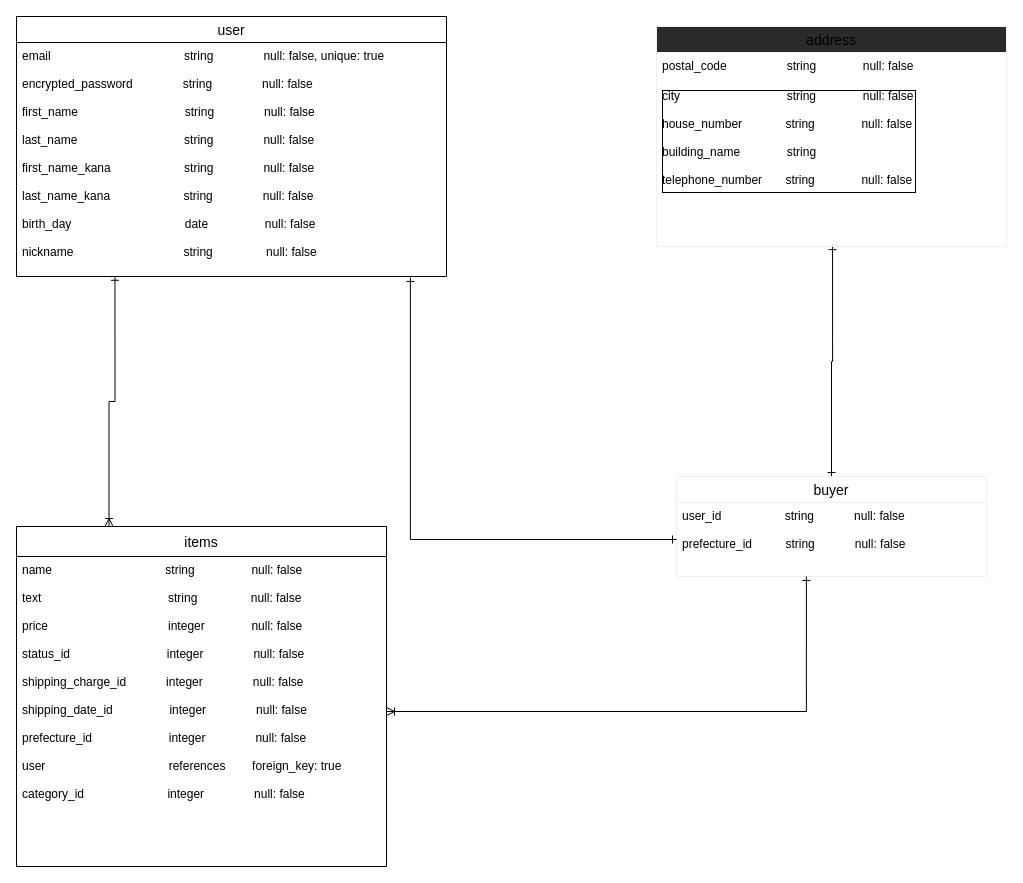
This is test.dio from ryoji369/furima-35270, a draw.io file, before an edit. Source tidied: cells renumbered, new cells numbered last; positions are measured from the earlier drawing's top-left corner, leaving out a move shared by most shapes. Both pictures are drawn from the tidied source at 100%, with x=0, y=0 at pixel (16, 16).
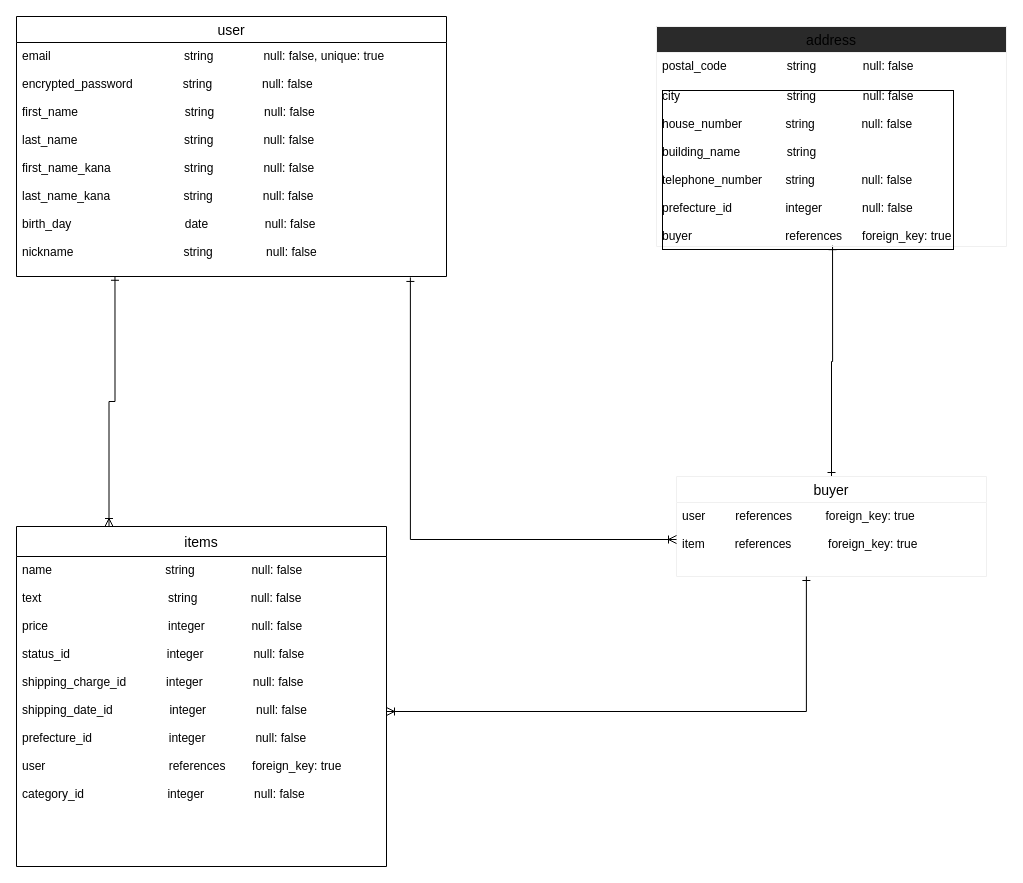
After the change.

Commit message (it also covers changes not shown here):
データベース修正3

Diff of the diagram source:
```diff
@@
 <mxGraphModel>
   <root>
     <mxCell id="0" />
     <mxCell id="1" parent="0" />
     <mxCell id="2" value="user" style="swimlane;fontStyle=0;horizontal=1;startSize=26;align=center;fontSize=14;" parent="1" vertex="1">
       <mxGeometry width="430" height="260" as="geometry" />
     </mxCell>
     <mxCell id="3" value="email                                        string               null: false, unique: true&#10;&#10;encrypted_password               string               null: false &#10;&#10;first_name                                string               null: false&#10;&#10;last_name                                string               null: false&#10;&#10;first_name_kana                      string               null: false&#10;&#10;last_name_kana                      string               null: false        &#10;&#10;birth_day                                  date                 null: false&#10;&#10;nickname                                 string                null: false&#10;" style="text;strokeColor=none;fillColor=none;spacingLeft=4;spacingRight=4;overflow=hidden;points=[[0,0.5],[1,0.5]];portConstraint=eastwest;fontSize=12;" parent="2" vertex="1">
       <mxGeometry y="26" width="430" height="234" as="geometry" />
     </mxCell>
     <mxCell id="4" style="edgeStyle=orthogonalEdgeStyle;rounded=0;jettySize=auto;html=1;exitX=0.25;exitY=0;exitDx=0;exitDy=0;entryX=0.229;entryY=0.999;entryDx=0;entryDy=0;entryPerimeter=0;startArrow=ERoneToMany;startFill=0;endArrow=ERone;endFill=0;" parent="1" edge="1" source="5" target="3">
       <mxGeometry relative="1" as="geometry" />
     </mxCell>
     <mxCell id="5" value="items" style="swimlane;fontStyle=0;horizontal=1;startSize=30;align=center;fontSize=14;" parent="1" vertex="1">
       <mxGeometry y="510" width="370" height="340" as="geometry" />
     </mxCell>
     <mxCell id="6" value="name                                  string                 null: false&#10;&#10;text                                      string                null: false &#10;&#10;price                                    integer              null: false&#10;&#10;status_id                             integer               null: false&#10;&#10;shipping_charge_id            integer               null: false&#10;&#10;shipping_date_id                 integer               null: false&#10;&#10;prefecture_id                       integer               null: false &#10;&#10;user                                     references        foreign_key: true&#10;&#10;category_id                         integer               null: false&#10;" style="text;strokeColor=none;fillColor=none;spacingLeft=4;spacingRight=4;overflow=hidden;points=[[0,0.5],[1,0.5]];portConstraint=eastwest;fontSize=12;" parent="5" vertex="1">
       <mxGeometry y="30" width="370" height="310" as="geometry" />
     </mxCell>
     <mxCell id="7" style="edgeStyle=orthogonalEdgeStyle;rounded=0;jettySize=auto;html=1;exitX=0.5;exitY=0;exitDx=0;exitDy=0;entryX=0.503;entryY=0.995;entryDx=0;entryDy=0;entryPerimeter=0;startArrow=ERone;startFill=0;endArrow=ERone;endFill=0;" parent="1" edge="1" source="8" target="12">
       <mxGeometry relative="1" as="geometry" />
     </mxCell>
     <mxCell id="8" value="buyer" style="swimlane;fontStyle=0;horizontal=1;startSize=26;align=center;fontSize=14;labelBackgroundColor=none;strokeColor=#f0f0f0;" parent="1" vertex="1">
       <mxGeometry x="660" y="460" width="310" height="100" as="geometry" />
     </mxCell>
-    <mxCell id="9" value="user_id                   string            null: false&#10;&#10;prefecture_id          string            null: false" style="text;strokeColor=none;fillColor=none;spacingLeft=4;spacingRight=4;overflow=hidden;points=[[0,0.5],[1,0.5]];portConstraint=eastwest;fontSize=12;" parent="8" vertex="1">
+    <mxCell id="9" value="user         references          foreign_key: true&#10;&#10;item         references           foreign_key: true" style="text;strokeColor=none;fillColor=none;spacingLeft=4;spacingRight=4;overflow=hidden;points=[[0,0.5],[1,0.5]];portConstraint=eastwest;fontSize=12;" parent="8" vertex="1">
       <mxGeometry y="26" width="310" height="74" as="geometry" />
     </mxCell>
     <mxCell id="10" value="address" style="swimlane;fontStyle=0;horizontal=1;startSize=26;align=center;fontSize=14;labelBackgroundColor=none;strokeColor=#f0f0f0;fillColor=#2a2a2a;" parent="1" vertex="1">
       <mxGeometry x="640" y="10" width="350" height="220" as="geometry" />
     </mxCell>
     <mxCell id="11" value="postal_code                  string              null: false" style="text;strokeColor=none;fillColor=none;spacingLeft=4;spacingRight=4;overflow=hidden;fontSize=12;" parent="10" vertex="1">
       <mxGeometry y="26" width="350" height="30" as="geometry" />
     </mxCell>
-    <mxCell id="12" value="city                                string              null: false&#10;&#10;house_number             string              null: false&#10;&#10;building_name              string              &#10;&#10;telephone_number       string              null: false" style="text;strokeColor=none;fillColor=none;spacingLeft=4;spacingRight=4;overflow=hidden;points=[[0,0.5],[1,0.5]];portConstraint=eastwest;fontSize=12;labelBorderColor=#000000;" parent="10" vertex="1">
+    <mxCell id="12" value="city                                string              null: false&#10;&#10;house_number             string              null: false&#10;&#10;building_name              string              &#10;&#10;telephone_number       string              null: false&#10;&#10;prefecture_id                integer            null: false&#10;&#10;buyer                            references      foreign_key: true" style="text;strokeColor=none;fillColor=none;spacingLeft=4;spacingRight=4;overflow=hidden;points=[[0,0.5],[1,0.5]];portConstraint=eastwest;fontSize=12;labelBorderColor=#000000;" parent="10" vertex="1">
       <mxGeometry y="56" width="350" height="164" as="geometry" />
     </mxCell>
     <mxCell id="13" style="edgeStyle=orthogonalEdgeStyle;rounded=0;jettySize=auto;html=1;exitX=1;exitY=0.5;exitDx=0;exitDy=0;entryX=0.419;entryY=1;entryDx=0;entryDy=0;entryPerimeter=0;startArrow=ERoneToMany;startFill=0;endArrow=ERone;endFill=0;" parent="1" edge="1" source="6" target="9">
       <mxGeometry relative="1" as="geometry" />
     </mxCell>
-    <mxCell id="14" style="edgeStyle=orthogonalEdgeStyle;rounded=0;jettySize=auto;html=1;exitX=0;exitY=0.5;exitDx=0;exitDy=0;entryX=0.916;entryY=1.004;entryDx=0;entryDy=0;entryPerimeter=0;startArrow=ERone;startFill=0;endArrow=ERone;endFill=0;" parent="1" edge="1" source="9" target="3">
+    <mxCell id="14" style="edgeStyle=orthogonalEdgeStyle;rounded=0;jettySize=auto;html=1;exitX=0;exitY=0.5;exitDx=0;exitDy=0;entryX=0.916;entryY=1.004;entryDx=0;entryDy=0;entryPerimeter=0;startArrow=ERoneToMany;startFill=0;endArrow=ERone;endFill=0;" parent="1" edge="1" source="9" target="3">
       <mxGeometry relative="1" as="geometry" />
     </mxCell>
   </root>
 </mxGraphModel>
```
